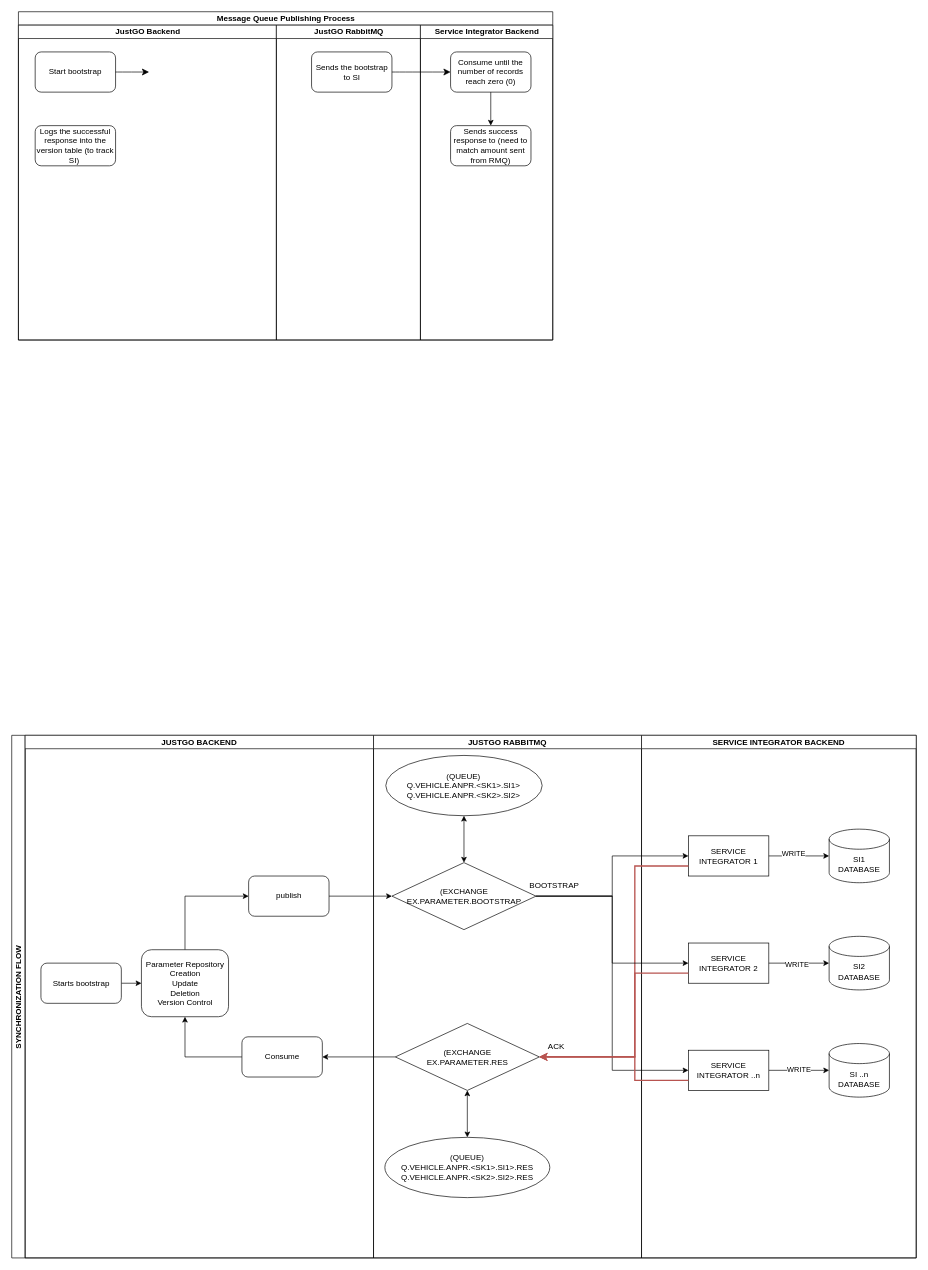
Marcus-141/DrawIOFiles keeps this draw.io diagram as Bootstrap.drawio. Above is the earlier version. Source tidied: cells renumbered, new cells numbered last; positions are measured from the earlier drawing's top-left corner, leaving out a move shared by most shapes. Both pictures are drawn from the tidied source at 67%, with x=0, y=0 at pixel (11, 11).
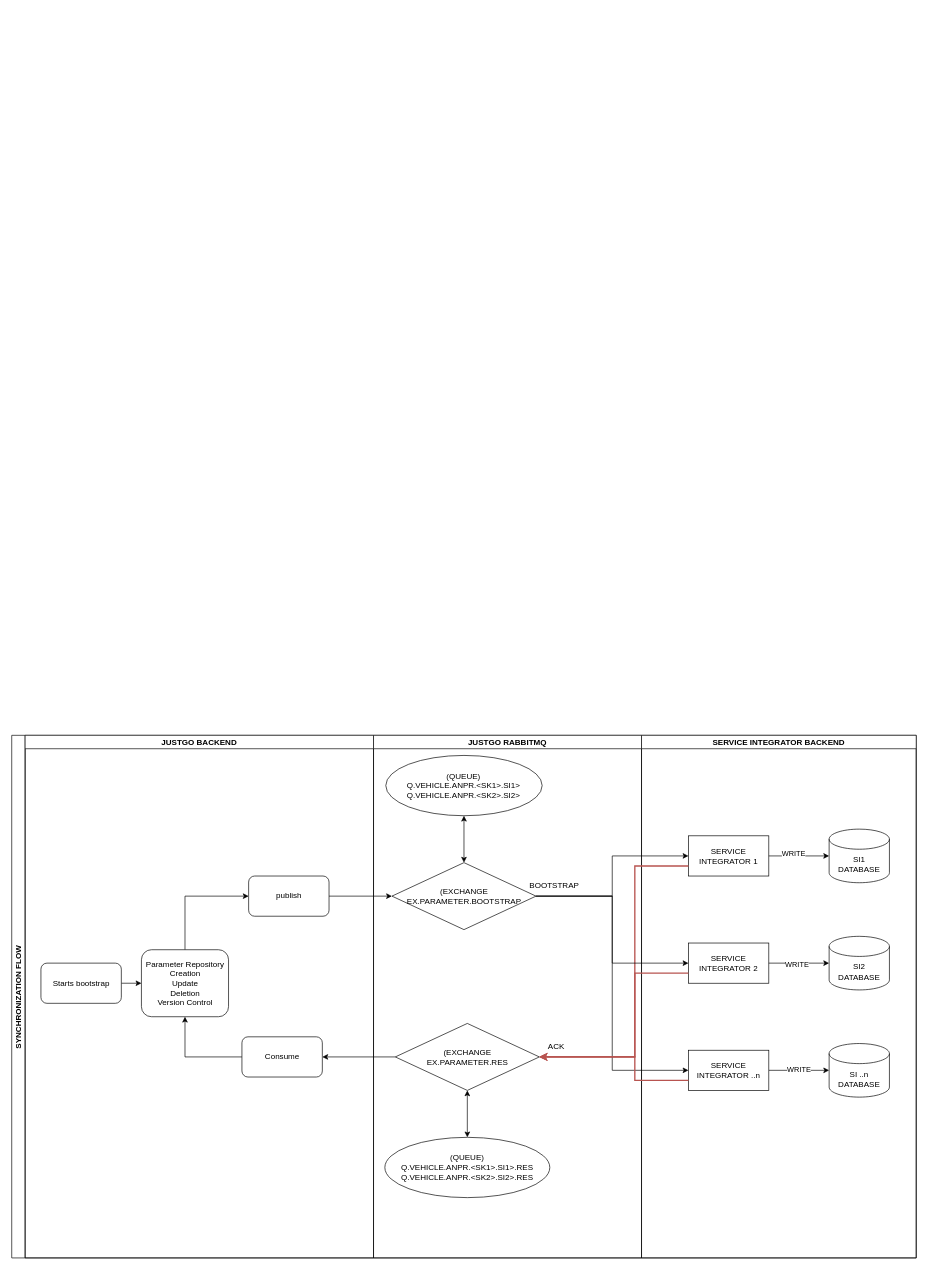
After the change.

The edit, as a diff of the source:
```diff
@@
-    <mxCell id="2" value="Message Queue Publishing Process" style="swimlane;startSize=20;html=1;" parent="1" vertex="1">
-      <mxGeometry x="10" width="797.5" height="490" as="geometry" />
-    </mxCell>
-    <mxCell id="3" value="JustGO Backend" style="swimlane;startSize=20;html=1;" parent="2" vertex="1">
-      <mxGeometry y="20" width="385" height="470" as="geometry" />
-    </mxCell>
-    <mxCell id="4" value="Start bootstrap" style="rounded=1;whiteSpace=wrap;html=1;" parent="3" vertex="1">
-      <mxGeometry x="25" y="40" width="120" height="60" as="geometry" />
-    </mxCell>
-    <mxCell id="5" value="Logs the successful response into the version table (to track SI)&amp;nbsp;" style="rounded=1;whiteSpace=wrap;html=1;" parent="3" vertex="1">
-      <mxGeometry x="25" y="150" width="120" height="60" as="geometry" />
-    </mxCell>
-    <mxCell id="6" value="JustGO RabbitMQ" style="swimlane;startSize=20;html=1;" parent="2" vertex="1">
-      <mxGeometry x="385" y="20" width="215" height="470" as="geometry" />
-    </mxCell>
-    <mxCell id="7" value="Sends the bootstrap to SI" style="rounded=1;whiteSpace=wrap;html=1;" parent="6" vertex="1">
-      <mxGeometry x="52.5" y="40" width="120" height="60" as="geometry" />
-    </mxCell>
-    <mxCell id="8" value="Service Integrator Backend" style="swimlane;startSize=20;html=1;" parent="2" vertex="1">
-      <mxGeometry x="600" y="20" width="197.5" height="470" as="geometry" />
-    </mxCell>
-    <mxCell id="9" value="Consume until the number of records reach zero (0)" style="rounded=1;whiteSpace=wrap;html=1;" parent="8" vertex="1">
-      <mxGeometry x="45" y="40" width="120" height="60" as="geometry" />
-    </mxCell>
-    <mxCell id="10" value="Sends success response to (need to match amount sent from RMQ)" style="rounded=1;whiteSpace=wrap;html=1;" parent="8" vertex="1">
-      <mxGeometry x="45" y="150" width="120" height="60" as="geometry" />
-    </mxCell>
-    <mxCell id="11" style="edgeStyle=orthogonalEdgeStyle;rounded=0;jettySize=auto;html=1;" parent="8" edge="1" source="9" target="10">
-      <mxGeometry relative="1" as="geometry">
-        <Array as="points">
-          <mxPoint x="105" y="160" />
-        </Array>
-      </mxGeometry>
-    </mxCell>
-    <mxCell id="12" style="edgeStyle=none;curved=1;rounded=0;jettySize=auto;html=1;fontSize=12;startSize=8;endSize=8;entryX=0;entryY=0.5;entryDx=0;entryDy=0;" parent="2" edge="1" source="4">
-      <mxGeometry relative="1" as="geometry">
-        <mxPoint x="195" y="90" as="targetPoint" />
-      </mxGeometry>
-    </mxCell>
-    <mxCell id="13" style="edgeStyle=none;curved=1;rounded=0;jettySize=auto;html=1;fontSize=12;startSize=8;endSize=8;" parent="2" edge="1" source="7" target="9">
-      <mxGeometry relative="1" as="geometry" />
-    </mxCell>
```
